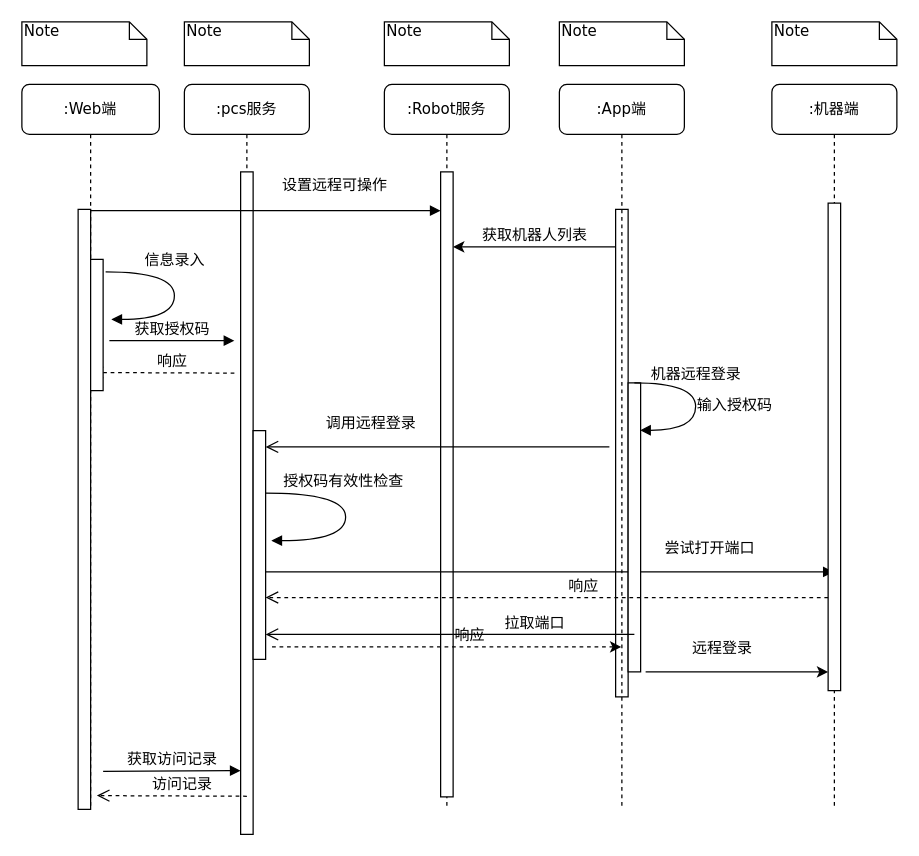
Earlier version of the draw.io diagram craft/remote_ssh_flow.drawio (feihu618/drawio). Source tidied: cells renumbered, new cells numbered last; positions are measured from the earlier drawing's top-left corner, leaving out a move shared by most shapes. Both pictures are drawn from the tidied source at 125%, with x=0, y=0 at pixel (21, 21).
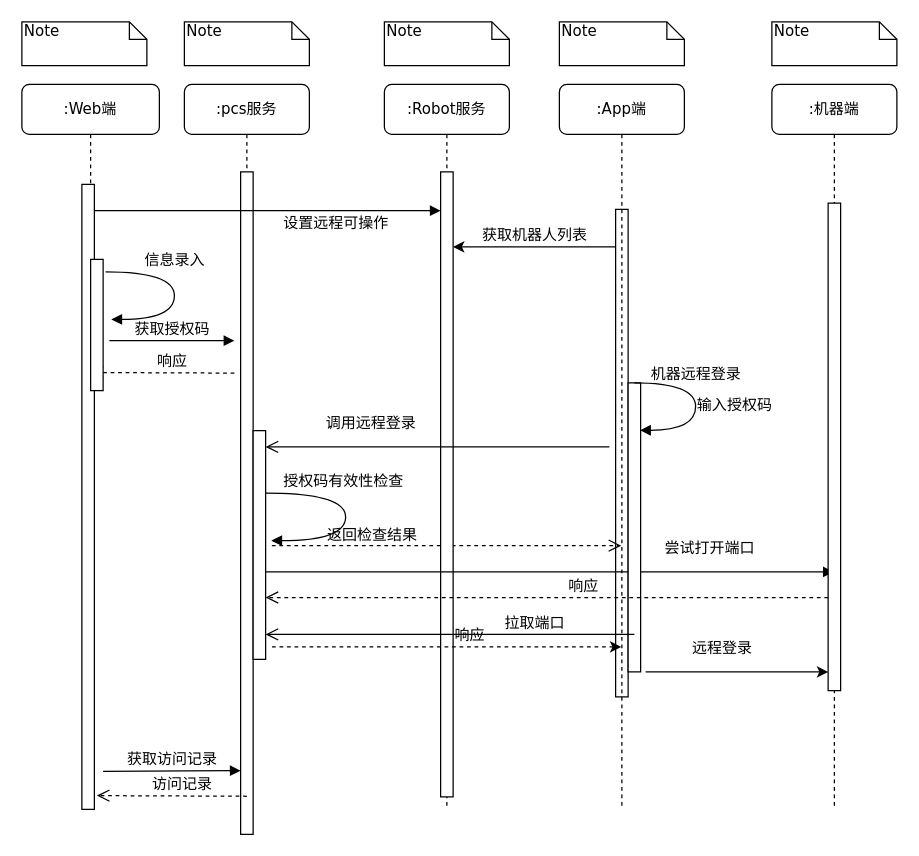
The same diagram, later.

The change refers to these unchanged cells:
```xml
<mxCell id="3" value=":pcs服务" style="shape=umlLifeline;perimeter=lifelinePerimeter;whiteSpace=wrap;html=1;rounded=1;shadow=0;comic=0;labelBackgroundColor=none;strokeWidth=1;fontFamily=Verdana;fontSize=12;align=center;" parent="1" vertex="1">
  <mxGeometry x="130" y="50" width="100" height="600" as="geometry" />
</mxCell>
<mxCell id="8" style="html=1;points=[];perimeter=orthogonalPerimeter;rounded=0;shadow=0;comic=0;labelBackgroundColor=none;strokeWidth=1;fontFamily=Verdana;fontSize=12;align=center;" parent="7" vertex="1">
  <mxGeometry x="45" y="70" width="10" height="500" as="geometry" />
</mxCell>
<mxCell id="10" value=":App端" style="shape=umlLifeline;perimeter=lifelinePerimeter;whiteSpace=wrap;html=1;outlineConnect=0;rounded=1;shadow=0;comic=0;labelBackgroundColor=none;strokeWidth=1;fontFamily=Verdana;fontSize=12;align=center;" parent="1" vertex="1">
  <mxGeometry x="430" y="50" width="100" height="580" as="geometry" />
</mxCell>
<mxCell id="14" value=":Web端" style="shape=umlLifeline;perimeter=lifelinePerimeter;whiteSpace=wrap;html=1;rounded=1;shadow=0;comic=0;labelBackgroundColor=none;strokeWidth=1;fontFamily=Verdana;fontSize=12;align=center;" parent="1" vertex="1">
  <mxGeometry y="50" width="110" height="580" as="geometry" />
</mxCell>
```

Change to the diagram source:
```diff
@@
+    <mxCell id="37" value="返回检查结果" style="html=1;verticalAlign=bottom;endArrow=open;dashed=1;endSize=8;labelBackgroundColor=none;fontFamily=Verdana;fontSize=12;" parent="3" edge="1" target="10">
+      <mxGeometry x="-0.43" y="-1" relative="1" as="geometry">
+        <mxPoint x="70" y="369" as="sourcePoint" />
+      </mxGeometry>
+    </mxCell>
@@
     <mxCell id="15" style="html=1;points=[];perimeter=orthogonalPerimeter;rounded=0;shadow=0;comic=0;labelBackgroundColor=none;strokeWidth=1;fontFamily=Verdana;fontSize=12;align=center;" parent="14" vertex="1">
-      <mxGeometry x="45" y="100" width="10" height="480" as="geometry" />
+      <mxGeometry x="48" y="80" width="10" height="500" as="geometry" />
     </mxCell>
@@
     <mxCell id="18" value="设置远程可操作" style="html=1;verticalAlign=bottom;endArrow=block;entryX=0;entryY=0.062;labelBackgroundColor=none;fontFamily=Verdana;fontSize=12;edgeStyle=elbowEdgeStyle;elbow=vertical;entryDx=0;entryDy=0;entryPerimeter=0;" parent="1" edge="1" source="15" target="8">
-      <mxGeometry x="0.39" y="11" relative="1" as="geometry" />
+      <mxGeometry x="0.39" y="-19" relative="1" as="geometry" />
     </mxCell>
```
